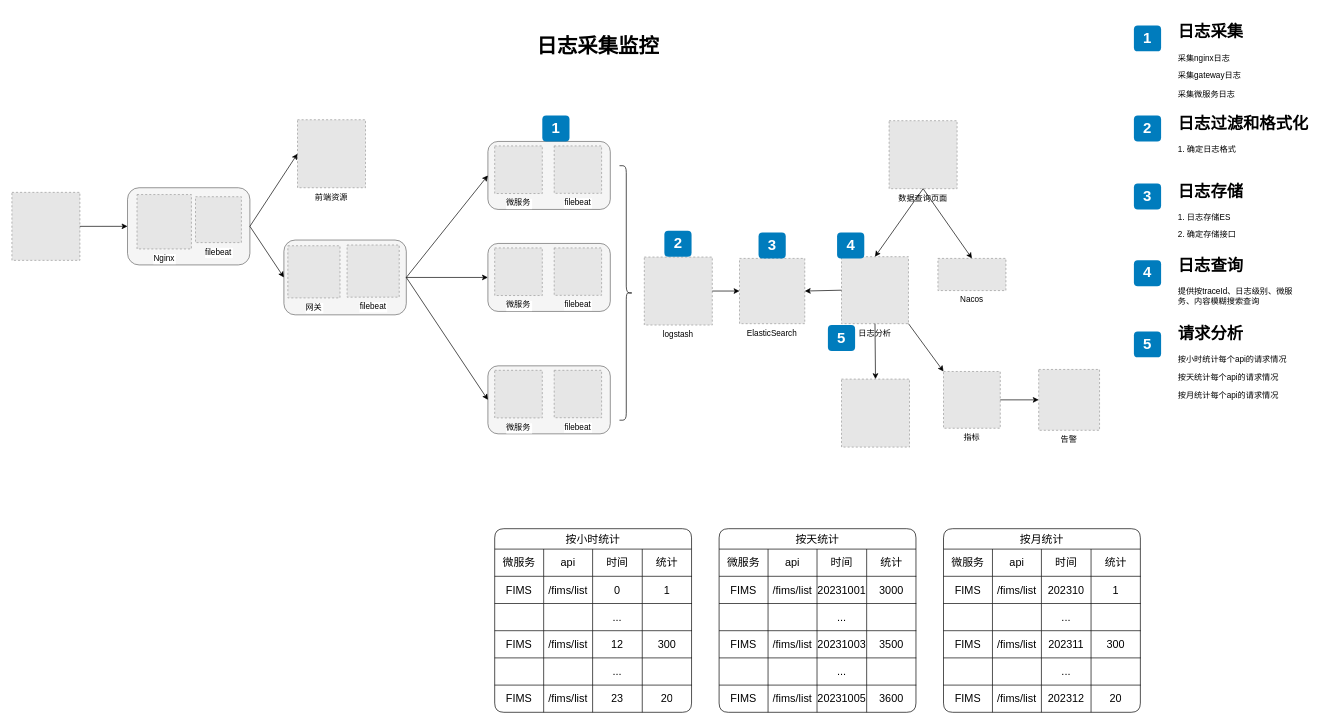
The draw.io diagram 未命名绘图.drawio in demonran/draw-image, before the edit. Source tidied: cells renumbered, new cells numbered last; positions are measured from the earlier drawing's top-left corner, leaving out a move shared by most shapes. Both pictures are drawn from the tidied source at 68%, with x=0, y=0 at pixel (12, 18). Pictures stored in the file or linked from it are replaced by grey dashed boxes.
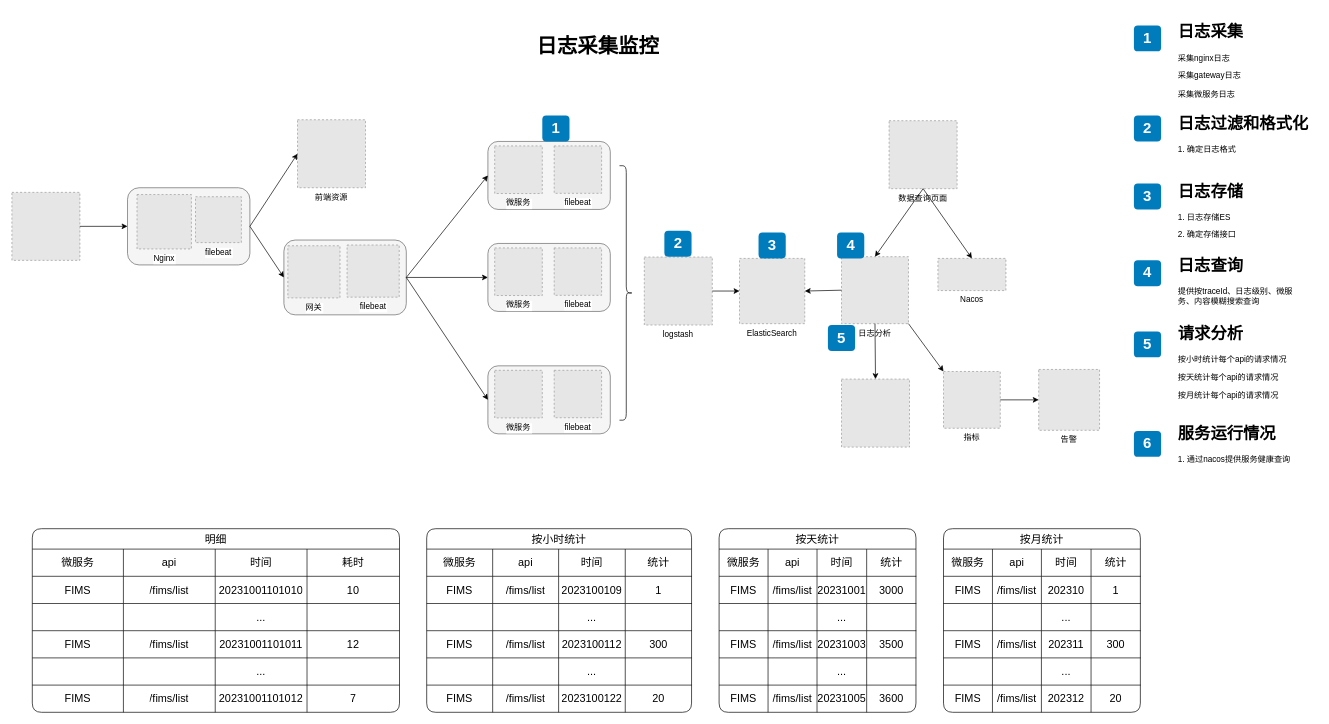
Above is the later version.

Commit message:
更新未命名绘图.drawio

What changed in the source:
```diff
@@
     <mxCell id="50" value="按小时统计" style="shape=table;startSize=30;childLayout=tableLayout;strokeColor=default;fontSize=16;rounded=1;" parent="1" vertex="1">
-      <mxGeometry x="710" y="750" width="289.5" height="270" as="geometry" />
+      <mxGeometry x="610" y="750" width="389.5" height="270" as="geometry" />
     </mxCell>
     <mxCell id="51" style="shape=tableRow;horizontal=0;startSize=0;swimlaneHead=0;swimlaneBody=0;strokeColor=inherit;top=0;left=0;bottom=0;right=0;fillColor=none;fontSize=16;rounded=1;" parent="50" vertex="1">
-      <mxGeometry y="30" width="289.5" height="40" as="geometry" />
+      <mxGeometry y="30" width="389.5" height="40" as="geometry" />
     </mxCell>
     <mxCell id="52" value="微服务" style="shape=partialRectangle;html=1;whiteSpace=wrap;strokeColor=inherit;overflow=hidden;fillColor=none;top=0;left=0;bottom=0;right=0;fontSize=16;rounded=1;" parent="51" vertex="1">
-      <mxGeometry width="72" height="40" as="geometry" />
+      <mxGeometry width="97" height="40" as="geometry" />
     </mxCell>
     <mxCell id="53" value="api" style="shape=partialRectangle;html=1;whiteSpace=wrap;strokeColor=inherit;overflow=hidden;fillColor=none;top=0;left=0;bottom=0;right=0;fontSize=16;rounded=1;" parent="51" vertex="1">
-      <mxGeometry x="72" width="72" height="40" as="geometry" />
+      <mxGeometry x="97" width="97" height="40" as="geometry" />
     </mxCell>
     <mxCell id="54" value="时间" style="shape=partialRectangle;html=1;whiteSpace=wrap;strokeColor=inherit;overflow=hidden;fillColor=none;top=0;left=0;bottom=0;right=0;fontSize=16;rounded=1;" parent="51" vertex="1">
-      <mxGeometry x="144" width="73" height="40" as="geometry" />
+      <mxGeometry x="194" width="98" height="40" as="geometry" />
     </mxCell>
     <mxCell id="55" value="统计" style="shape=partialRectangle;html=1;whiteSpace=wrap;strokeColor=inherit;overflow=hidden;fillColor=none;top=0;left=0;bottom=0;right=0;fontSize=16;rounded=1;" parent="51" vertex="1">
-      <mxGeometry x="217" width="73" height="40" as="geometry" />
+      <mxGeometry x="292" width="98" height="40" as="geometry" />
     </mxCell>
     <mxCell id="56" style="shape=tableRow;horizontal=0;startSize=0;swimlaneHead=0;swimlaneBody=0;strokeColor=inherit;top=0;left=0;bottom=0;right=0;fillColor=none;fontSize=16;rounded=1;" parent="50" vertex="1">
-      <mxGeometry y="70" width="289.5" height="40" as="geometry" />
+      <mxGeometry y="70" width="389.5" height="40" as="geometry" />
     </mxCell>
     <mxCell id="57" value="FIMS" style="shape=partialRectangle;html=1;whiteSpace=wrap;strokeColor=inherit;overflow=hidden;fillColor=none;top=0;left=0;bottom=0;right=0;fontSize=16;rounded=1;" parent="56" vertex="1">
-      <mxGeometry width="72" height="40" as="geometry" />
+      <mxGeometry width="97" height="40" as="geometry" />
     </mxCell>
     <mxCell id="58" value="/fims/list" style="shape=partialRectangle;html=1;whiteSpace=wrap;strokeColor=inherit;overflow=hidden;fillColor=none;top=0;left=0;bottom=0;right=0;fontSize=16;rounded=1;" parent="56" vertex="1">
-      <mxGeometry x="72" width="72" height="40" as="geometry" />
+      <mxGeometry x="97" width="97" height="40" as="geometry" />
     </mxCell>
-    <mxCell id="59" value="0" style="shape=partialRectangle;html=1;whiteSpace=wrap;strokeColor=inherit;overflow=hidden;fillColor=none;top=0;left=0;bottom=0;right=0;fontSize=16;rounded=1;" parent="56" vertex="1">
-      <mxGeometry x="144" width="73" height="40" as="geometry" />
+    <mxCell id="59" value="2023100109" style="shape=partialRectangle;html=1;whiteSpace=wrap;strokeColor=inherit;overflow=hidden;fillColor=none;top=0;left=0;bottom=0;right=0;fontSize=16;rounded=1;" parent="56" vertex="1">
+      <mxGeometry x="194" width="98" height="40" as="geometry" />
     </mxCell>
     <mxCell id="60" value="1" style="shape=partialRectangle;html=1;whiteSpace=wrap;strokeColor=inherit;overflow=hidden;fillColor=none;top=0;left=0;bottom=0;right=0;fontSize=16;rounded=1;" parent="56" vertex="1">
-      <mxGeometry x="217" width="73" height="40" as="geometry" />
+      <mxGeometry x="292" width="98" height="40" as="geometry" />
     </mxCell>
     <mxCell id="61" style="shape=tableRow;horizontal=0;startSize=0;swimlaneHead=0;swimlaneBody=0;strokeColor=inherit;top=0;left=0;bottom=0;right=0;fillColor=none;fontSize=16;rounded=1;" parent="50" vertex="1">
-      <mxGeometry y="110" width="289.5" height="40" as="geometry" />
+      <mxGeometry y="110" width="389.5" height="40" as="geometry" />
     </mxCell>
     <mxCell id="62" style="shape=partialRectangle;html=1;whiteSpace=wrap;strokeColor=inherit;overflow=hidden;fillColor=none;top=0;left=0;bottom=0;right=0;fontSize=16;rounded=1;" parent="61" vertex="1">
-      <mxGeometry width="72" height="40" as="geometry" />
+      <mxGeometry width="97" height="40" as="geometry" />
     </mxCell>
     <mxCell id="63" style="shape=partialRectangle;html=1;whiteSpace=wrap;strokeColor=inherit;overflow=hidden;fillColor=none;top=0;left=0;bottom=0;right=0;fontSize=16;rounded=1;" parent="61" vertex="1">
-      <mxGeometry x="72" width="72" height="40" as="geometry" />
+      <mxGeometry x="97" width="97" height="40" as="geometry" />
     </mxCell>
     <mxCell id="64" value="..." style="shape=partialRectangle;html=1;whiteSpace=wrap;strokeColor=inherit;overflow=hidden;fillColor=none;top=0;left=0;bottom=0;right=0;fontSize=16;rounded=1;" parent="61" vertex="1">
-      <mxGeometry x="144" width="73" height="40" as="geometry" />
+      <mxGeometry x="194" width="98" height="40" as="geometry" />
     </mxCell>
     <mxCell id="65" style="shape=partialRectangle;html=1;whiteSpace=wrap;strokeColor=inherit;overflow=hidden;fillColor=none;top=0;left=0;bottom=0;right=0;fontSize=16;rounded=1;" parent="61" vertex="1">
-      <mxGeometry x="217" width="73" height="40" as="geometry" />
+      <mxGeometry x="292" width="98" height="40" as="geometry" />
     </mxCell>
     <mxCell id="66" style="shape=tableRow;horizontal=0;startSize=0;swimlaneHead=0;swimlaneBody=0;strokeColor=inherit;top=0;left=0;bottom=0;right=0;fillColor=none;fontSize=16;rounded=1;" parent="50" vertex="1">
-      <mxGeometry y="150" width="289.5" height="40" as="geometry" />
+      <mxGeometry y="150" width="389.5" height="40" as="geometry" />
     </mxCell>
     <mxCell id="67" value="FIMS" style="shape=partialRectangle;html=1;whiteSpace=wrap;strokeColor=inherit;overflow=hidden;fillColor=none;top=0;left=0;bottom=0;right=0;fontSize=16;rounded=1;" parent="66" vertex="1">
-      <mxGeometry width="72" height="40" as="geometry" />
+      <mxGeometry width="97" height="40" as="geometry" />
     </mxCell>
     <mxCell id="68" value="/fims/list" style="shape=partialRectangle;html=1;whiteSpace=wrap;strokeColor=inherit;overflow=hidden;fillColor=none;top=0;left=0;bottom=0;right=0;fontSize=16;rounded=1;" parent="66" vertex="1">
-      <mxGeometry x="72" width="72" height="40" as="geometry" />
+      <mxGeometry x="97" width="97" height="40" as="geometry" />
     </mxCell>
-    <mxCell id="69" value="12" style="shape=partialRectangle;html=1;whiteSpace=wrap;strokeColor=inherit;overflow=hidden;fillColor=none;top=0;left=0;bottom=0;right=0;fontSize=16;rounded=1;" parent="66" vertex="1">
-      <mxGeometry x="144" width="73" height="40" as="geometry" />
+    <mxCell id="69" value="2023100112" style="shape=partialRectangle;html=1;whiteSpace=wrap;strokeColor=inherit;overflow=hidden;fillColor=none;top=0;left=0;bottom=0;right=0;fontSize=16;rounded=1;" parent="66" vertex="1">
+      <mxGeometry x="194" width="98" height="40" as="geometry" />
     </mxCell>
     <mxCell id="70" value="300" style="shape=partialRectangle;html=1;whiteSpace=wrap;strokeColor=inherit;overflow=hidden;fillColor=none;top=0;left=0;bottom=0;right=0;fontSize=16;rounded=1;" parent="66" vertex="1">
-      <mxGeometry x="217" width="73" height="40" as="geometry" />
+      <mxGeometry x="292" width="98" height="40" as="geometry" />
     </mxCell>
     <mxCell id="71" style="shape=tableRow;horizontal=0;startSize=0;swimlaneHead=0;swimlaneBody=0;strokeColor=inherit;top=0;left=0;bottom=0;right=0;fillColor=none;fontSize=16;rounded=1;" parent="50" vertex="1">
-      <mxGeometry y="190" width="289.5" height="40" as="geometry" />
+      <mxGeometry y="190" width="389.5" height="40" as="geometry" />
     </mxCell>
     <mxCell id="72" style="shape=partialRectangle;html=1;whiteSpace=wrap;strokeColor=inherit;overflow=hidden;fillColor=none;top=0;left=0;bottom=0;right=0;fontSize=16;rounded=1;" parent="71" vertex="1">
-      <mxGeometry width="72" height="40" as="geometry" />
+      <mxGeometry width="97" height="40" as="geometry" />
     </mxCell>
     <mxCell id="73" style="shape=partialRectangle;html=1;whiteSpace=wrap;strokeColor=inherit;overflow=hidden;fillColor=none;top=0;left=0;bottom=0;right=0;fontSize=16;rounded=1;" parent="71" vertex="1">
-      <mxGeometry x="72" width="72" height="40" as="geometry" />
+      <mxGeometry x="97" width="97" height="40" as="geometry" />
     </mxCell>
     <mxCell id="74" value="..." style="shape=partialRectangle;html=1;whiteSpace=wrap;strokeColor=inherit;overflow=hidden;fillColor=none;top=0;left=0;bottom=0;right=0;fontSize=16;rounded=1;" parent="71" vertex="1">
-      <mxGeometry x="144" width="73" height="40" as="geometry" />
+      <mxGeometry x="194" width="98" height="40" as="geometry" />
     </mxCell>
     <mxCell id="75" style="shape=partialRectangle;html=1;whiteSpace=wrap;strokeColor=inherit;overflow=hidden;fillColor=none;top=0;left=0;bottom=0;right=0;fontSize=16;rounded=1;" parent="71" vertex="1">
-      <mxGeometry x="217" width="73" height="40" as="geometry" />
+      <mxGeometry x="292" width="98" height="40" as="geometry" />
     </mxCell>
     <mxCell id="76" style="shape=tableRow;horizontal=0;startSize=0;swimlaneHead=0;swimlaneBody=0;strokeColor=inherit;top=0;left=0;bottom=0;right=0;fillColor=none;fontSize=16;rounded=1;" parent="50" vertex="1">
-      <mxGeometry y="230" width="289.5" height="40" as="geometry" />
+      <mxGeometry y="230" width="389.5" height="40" as="geometry" />
     </mxCell>
     <mxCell id="77" value="FIMS" style="shape=partialRectangle;html=1;whiteSpace=wrap;strokeColor=inherit;overflow=hidden;fillColor=none;top=0;left=0;bottom=0;right=0;fontSize=16;rounded=1;" parent="76" vertex="1">
-      <mxGeometry width="72" height="40" as="geometry" />
+      <mxGeometry width="97" height="40" as="geometry" />
     </mxCell>
     <mxCell id="78" value="/fims/list" style="shape=partialRectangle;html=1;whiteSpace=wrap;strokeColor=inherit;overflow=hidden;fillColor=none;top=0;left=0;bottom=0;right=0;fontSize=16;rounded=1;" parent="76" vertex="1">
-      <mxGeometry x="72" width="72" height="40" as="geometry" />
+      <mxGeometry x="97" width="97" height="40" as="geometry" />
     </mxCell>
-    <mxCell id="79" value="23" style="shape=partialRectangle;html=1;whiteSpace=wrap;strokeColor=inherit;overflow=hidden;fillColor=none;top=0;left=0;bottom=0;right=0;fontSize=16;rounded=1;" parent="76" vertex="1">
-      <mxGeometry x="144" width="73" height="40" as="geometry" />
+    <mxCell id="79" value="2023100122" style="shape=partialRectangle;html=1;whiteSpace=wrap;strokeColor=inherit;overflow=hidden;fillColor=none;top=0;left=0;bottom=0;right=0;fontSize=16;rounded=1;" parent="76" vertex="1">
+      <mxGeometry x="194" width="98" height="40" as="geometry" />
     </mxCell>
     <mxCell id="80" value="20" style="shape=partialRectangle;html=1;whiteSpace=wrap;strokeColor=inherit;overflow=hidden;fillColor=none;top=0;left=0;bottom=0;right=0;fontSize=16;rounded=1;" parent="76" vertex="1">
-      <mxGeometry x="217" width="73" height="40" as="geometry" />
+      <mxGeometry x="292" width="98" height="40" as="geometry" />
     </mxCell>
@@
+    <mxCell id="155" value="&lt;h1&gt;服务运行情况&lt;/h1&gt;&lt;p&gt;1. 通过nacos提供服务健康查询&lt;/p&gt;&lt;p style=&quot;border-color: var(--border-color);&quot;&gt;&lt;br style=&quot;border-color: var(--border-color);&quot;&gt;&lt;/p&gt;" style="text;html=1;strokeColor=none;fillColor=none;spacing=5;spacingTop=-20;whiteSpace=wrap;overflow=hidden;rounded=1;" parent="1" vertex="1">
+      <mxGeometry x="1710" y="590.5" width="190" height="120" as="geometry" />
+    </mxCell>
+    <mxCell id="156" value="6" style="rounded=1;whiteSpace=wrap;html=1;fillColor=#007CBD;strokeColor=none;fontColor=#FFFFFF;fontStyle=1;fontSize=22;" parent="1" vertex="1">
+      <mxGeometry x="1650" y="606.2" width="40" height="38" as="geometry" />
+    </mxCell>
+    <mxCell id="157" value="明细" style="shape=table;startSize=30;childLayout=tableLayout;strokeColor=default;fontSize=16;rounded=1;" parent="1" vertex="1">
+      <mxGeometry x="30" y="750" width="540" height="270" as="geometry" />
+    </mxCell>
+    <mxCell id="158" style="shape=tableRow;horizontal=0;startSize=0;swimlaneHead=0;swimlaneBody=0;strokeColor=inherit;top=0;left=0;bottom=0;right=0;fillColor=none;fontSize=16;rounded=1;" parent="157" vertex="1">
+      <mxGeometry y="30" width="540" height="40" as="geometry" />
+    </mxCell>
+    <mxCell id="159" value="微服务" style="shape=partialRectangle;html=1;whiteSpace=wrap;strokeColor=inherit;overflow=hidden;fillColor=none;top=0;left=0;bottom=0;right=0;fontSize=16;rounded=1;" parent="158" vertex="1">
+      <mxGeometry width="134" height="40" as="geometry" />
+    </mxCell>
+    <mxCell id="160" value="api" style="shape=partialRectangle;html=1;whiteSpace=wrap;strokeColor=inherit;overflow=hidden;fillColor=none;top=0;left=0;bottom=0;right=0;fontSize=16;rounded=1;" parent="158" vertex="1">
+      <mxGeometry x="134" width="135" height="40" as="geometry" />
+    </mxCell>
+    <mxCell id="161" value="时间" style="shape=partialRectangle;html=1;whiteSpace=wrap;strokeColor=inherit;overflow=hidden;fillColor=none;top=0;left=0;bottom=0;right=0;fontSize=16;rounded=1;" parent="158" vertex="1">
+      <mxGeometry x="269" width="135" height="40" as="geometry" />
+    </mxCell>
+    <mxCell id="162" value="耗时" style="shape=partialRectangle;html=1;whiteSpace=wrap;strokeColor=inherit;overflow=hidden;fillColor=none;top=0;left=0;bottom=0;right=0;fontSize=16;rounded=1;" parent="158" vertex="1">
+      <mxGeometry x="404" width="136" height="40" as="geometry" />
+    </mxCell>
+    <mxCell id="163" style="shape=tableRow;horizontal=0;startSize=0;swimlaneHead=0;swimlaneBody=0;strokeColor=inherit;top=0;left=0;bottom=0;right=0;fillColor=none;fontSize=16;rounded=1;" parent="157" vertex="1">
+      <mxGeometry y="70" width="540" height="40" as="geometry" />
+    </mxCell>
+    <mxCell id="164" value="FIMS" style="shape=partialRectangle;html=1;whiteSpace=wrap;strokeColor=inherit;overflow=hidden;fillColor=none;top=0;left=0;bottom=0;right=0;fontSize=16;rounded=1;" parent="163" vertex="1">
+      <mxGeometry width="134" height="40" as="geometry" />
+    </mxCell>
+    <mxCell id="165" value="/fims/list" style="shape=partialRectangle;html=1;whiteSpace=wrap;strokeColor=inherit;overflow=hidden;fillColor=none;top=0;left=0;bottom=0;right=0;fontSize=16;rounded=1;" parent="163" vertex="1">
+      <mxGeometry x="134" width="135" height="40" as="geometry" />
+    </mxCell>
+    <mxCell id="166" value="20231001101010" style="shape=partialRectangle;html=1;whiteSpace=wrap;strokeColor=inherit;overflow=hidden;fillColor=none;top=0;left=0;bottom=0;right=0;fontSize=16;rounded=1;" parent="163" vertex="1">
+      <mxGeometry x="269" width="135" height="40" as="geometry" />
+    </mxCell>
+    <mxCell id="167" value="10" style="shape=partialRectangle;html=1;whiteSpace=wrap;strokeColor=inherit;overflow=hidden;fillColor=none;top=0;left=0;bottom=0;right=0;fontSize=16;rounded=1;" parent="163" vertex="1">
+      <mxGeometry x="404" width="136" height="40" as="geometry" />
+    </mxCell>
+    <mxCell id="168" style="shape=tableRow;horizontal=0;startSize=0;swimlaneHead=0;swimlaneBody=0;strokeColor=inherit;top=0;left=0;bottom=0;right=0;fillColor=none;fontSize=16;rounded=1;" parent="157" vertex="1">
+      <mxGeometry y="110" width="540" height="40" as="geometry" />
+    </mxCell>
+    <mxCell id="169" style="shape=partialRectangle;html=1;whiteSpace=wrap;strokeColor=inherit;overflow=hidden;fillColor=none;top=0;left=0;bottom=0;right=0;fontSize=16;rounded=1;" parent="168" vertex="1">
+      <mxGeometry width="134" height="40" as="geometry" />
+    </mxCell>
+    <mxCell id="170" style="shape=partialRectangle;html=1;whiteSpace=wrap;strokeColor=inherit;overflow=hidden;fillColor=none;top=0;left=0;bottom=0;right=0;fontSize=16;rounded=1;" parent="168" vertex="1">
+      <mxGeometry x="134" width="135" height="40" as="geometry" />
+    </mxCell>
+    <mxCell id="171" value="..." style="shape=partialRectangle;html=1;whiteSpace=wrap;strokeColor=inherit;overflow=hidden;fillColor=none;top=0;left=0;bottom=0;right=0;fontSize=16;rounded=1;" parent="168" vertex="1">
+      <mxGeometry x="269" width="135" height="40" as="geometry" />
+    </mxCell>
+    <mxCell id="172" style="shape=partialRectangle;html=1;whiteSpace=wrap;strokeColor=inherit;overflow=hidden;fillColor=none;top=0;left=0;bottom=0;right=0;fontSize=16;rounded=1;" parent="168" vertex="1">
+      <mxGeometry x="404" width="136" height="40" as="geometry" />
+    </mxCell>
+    <mxCell id="173" style="shape=tableRow;horizontal=0;startSize=0;swimlaneHead=0;swimlaneBody=0;strokeColor=inherit;top=0;left=0;bottom=0;right=0;fillColor=none;fontSize=16;rounded=1;" parent="157" vertex="1">
+      <mxGeometry y="150" width="540" height="40" as="geometry" />
+    </mxCell>
+    <mxCell id="174" value="FIMS" style="shape=partialRectangle;html=1;whiteSpace=wrap;strokeColor=inherit;overflow=hidden;fillColor=none;top=0;left=0;bottom=0;right=0;fontSize=16;rounded=1;" parent="173" vertex="1">
+      <mxGeometry width="134" height="40" as="geometry" />
+    </mxCell>
+    <mxCell id="175" value="/fims/list" style="shape=partialRectangle;html=1;whiteSpace=wrap;strokeColor=inherit;overflow=hidden;fillColor=none;top=0;left=0;bottom=0;right=0;fontSize=16;rounded=1;" parent="173" vertex="1">
+      <mxGeometry x="134" width="135" height="40" as="geometry" />
+    </mxCell>
+    <mxCell id="176" value="20231001101011" style="shape=partialRectangle;html=1;whiteSpace=wrap;strokeColor=inherit;overflow=hidden;fillColor=none;top=0;left=0;bottom=0;right=0;fontSize=16;rounded=1;" parent="173" vertex="1">
+      <mxGeometry x="269" width="135" height="40" as="geometry" />
+    </mxCell>
+    <mxCell id="177" value="12" style="shape=partialRectangle;html=1;whiteSpace=wrap;strokeColor=inherit;overflow=hidden;fillColor=none;top=0;left=0;bottom=0;right=0;fontSize=16;rounded=1;" parent="173" vertex="1">
+      <mxGeometry x="404" width="136" height="40" as="geometry" />
+    </mxCell>
+    <mxCell id="178" style="shape=tableRow;horizontal=0;startSize=0;swimlaneHead=0;swimlaneBody=0;strokeColor=inherit;top=0;left=0;bottom=0;right=0;fillColor=none;fontSize=16;rounded=1;" parent="157" vertex="1">
+      <mxGeometry y="190" width="540" height="40" as="geometry" />
+    </mxCell>
+    <mxCell id="179" style="shape=partialRectangle;html=1;whiteSpace=wrap;strokeColor=inherit;overflow=hidden;fillColor=none;top=0;left=0;bottom=0;right=0;fontSize=16;rounded=1;" parent="178" vertex="1">
+      <mxGeometry width="134" height="40" as="geometry" />
+    </mxCell>
+    <mxCell id="180" style="shape=partialRectangle;html=1;whiteSpace=wrap;strokeColor=inherit;overflow=hidden;fillColor=none;top=0;left=0;bottom=0;right=0;fontSize=16;rounded=1;" parent="178" vertex="1">
+      <mxGeometry x="134" width="135" height="40" as="geometry" />
+    </mxCell>
+    <mxCell id="181" value="..." style="shape=partialRectangle;html=1;whiteSpace=wrap;strokeColor=inherit;overflow=hidden;fillColor=none;top=0;left=0;bottom=0;right=0;fontSize=16;rounded=1;" parent="178" vertex="1">
+      <mxGeometry x="269" width="135" height="40" as="geometry" />
+    </mxCell>
+    <mxCell id="182" style="shape=partialRectangle;html=1;whiteSpace=wrap;strokeColor=inherit;overflow=hidden;fillColor=none;top=0;left=0;bottom=0;right=0;fontSize=16;rounded=1;" parent="178" vertex="1">
+      <mxGeometry x="404" width="136" height="40" as="geometry" />
+    </mxCell>
+    <mxCell id="183" style="shape=tableRow;horizontal=0;startSize=0;swimlaneHead=0;swimlaneBody=0;strokeColor=inherit;top=0;left=0;bottom=0;right=0;fillColor=none;fontSize=16;rounded=1;" parent="157" vertex="1">
+      <mxGeometry y="230" width="540" height="40" as="geometry" />
+    </mxCell>
+    <mxCell id="184" value="FIMS" style="shape=partialRectangle;html=1;whiteSpace=wrap;strokeColor=inherit;overflow=hidden;fillColor=none;top=0;left=0;bottom=0;right=0;fontSize=16;rounded=1;" parent="183" vertex="1">
+      <mxGeometry width="134" height="40" as="geometry" />
+    </mxCell>
+    <mxCell id="185" value="/fims/list" style="shape=partialRectangle;html=1;whiteSpace=wrap;strokeColor=inherit;overflow=hidden;fillColor=none;top=0;left=0;bottom=0;right=0;fontSize=16;rounded=1;" parent="183" vertex="1">
+      <mxGeometry x="134" width="135" height="40" as="geometry" />
+    </mxCell>
+    <mxCell id="186" value="20231001101012" style="shape=partialRectangle;html=1;whiteSpace=wrap;strokeColor=inherit;overflow=hidden;fillColor=none;top=0;left=0;bottom=0;right=0;fontSize=16;rounded=1;" parent="183" vertex="1">
+      <mxGeometry x="269" width="135" height="40" as="geometry" />
+    </mxCell>
+    <mxCell id="187" value="7" style="shape=partialRectangle;html=1;whiteSpace=wrap;strokeColor=inherit;overflow=hidden;fillColor=none;top=0;left=0;bottom=0;right=0;fontSize=16;rounded=1;" parent="183" vertex="1">
+      <mxGeometry x="404" width="136" height="40" as="geometry" />
+    </mxCell>
```
